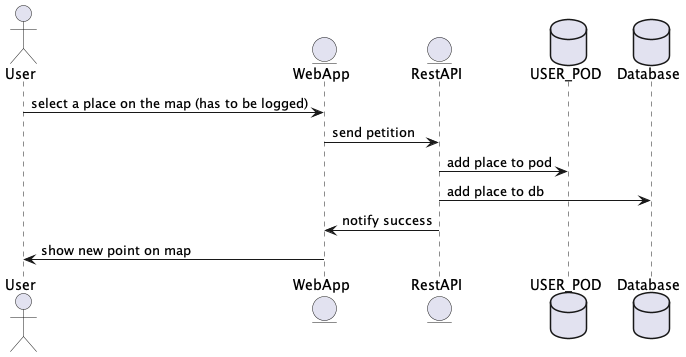
Before: images/Add places diagram.png, a diagram exported from PlantUML (Arquisoft/lomap_es5c).
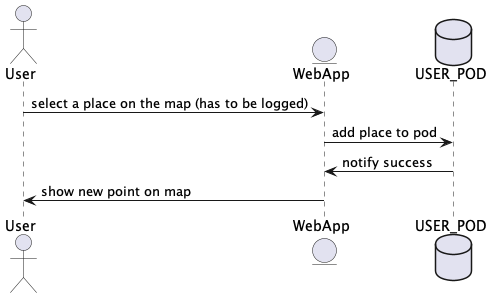
After the change.

Change to the diagram source:
```diff
@@ -1,14 +1,10 @@
 @startuml
 actor User
 entity EntityWeb as "WebApp"
-entity EntityRest as "RestAPI"
 database Pod as "USER_POD"
-database Mongo as "Database"
 
 User -> EntityWeb: select a place on the map (has to be logged)
-EntityWeb -> EntityRest: send petition
-EntityRest -> Pod: add place to pod
-EntityRest -> Mongo: add place to db
-EntityRest -> EntityWeb: notify success
+EntityWeb -> Pod: add place to pod
+Pod -> EntityWeb: notify success
 EntityWeb -> User: show new point on map
 @enduml
```
